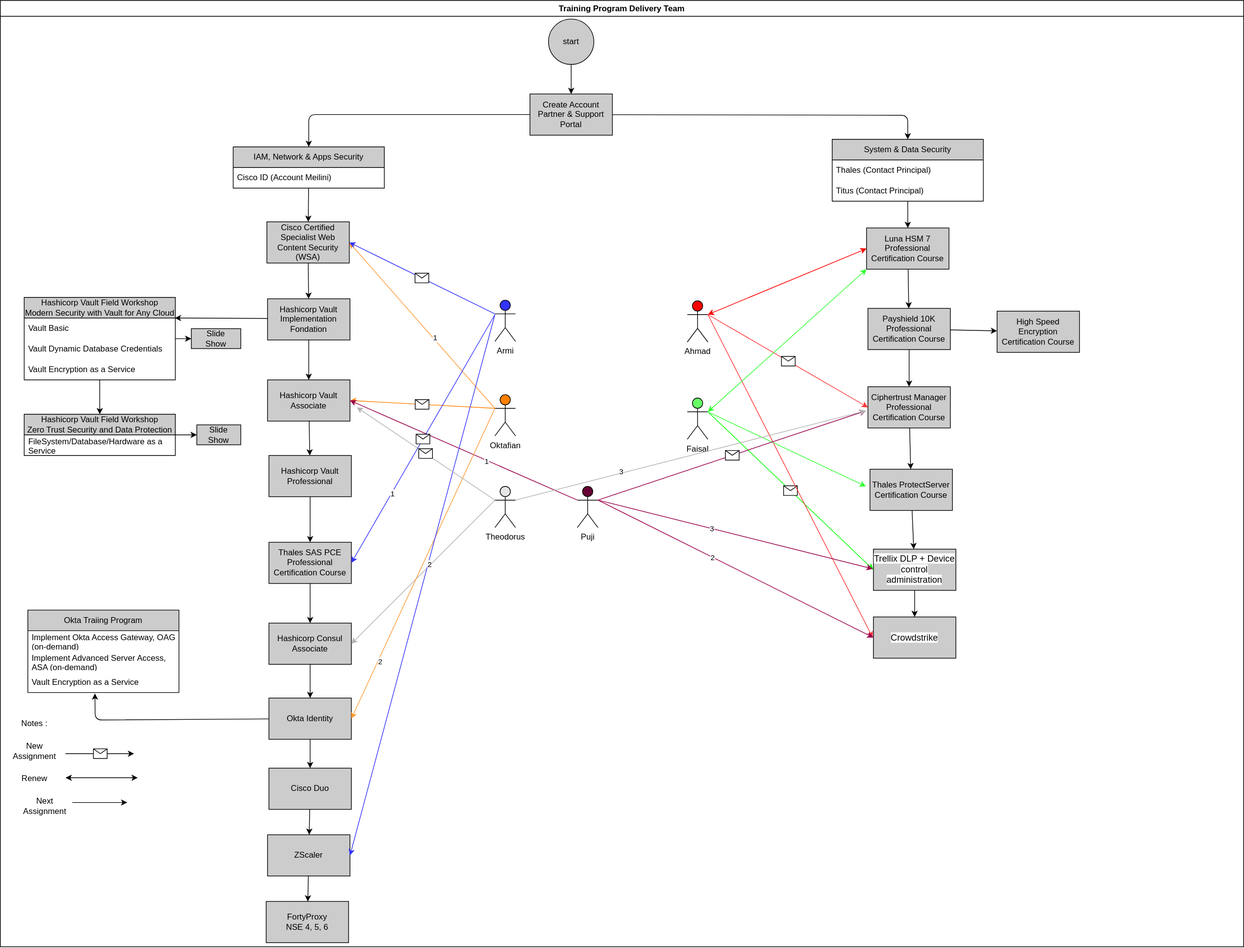
The draw.io diagram Reference/Training_Program_Delivery_Team.drawio.svg in pujiriawan/Publish_Progress_Training, before a commit. Source tidied: cells renumbered, new cells last; positions are measured from the earlier drawing's top-left corner, leaving out a move shared by most shapes.
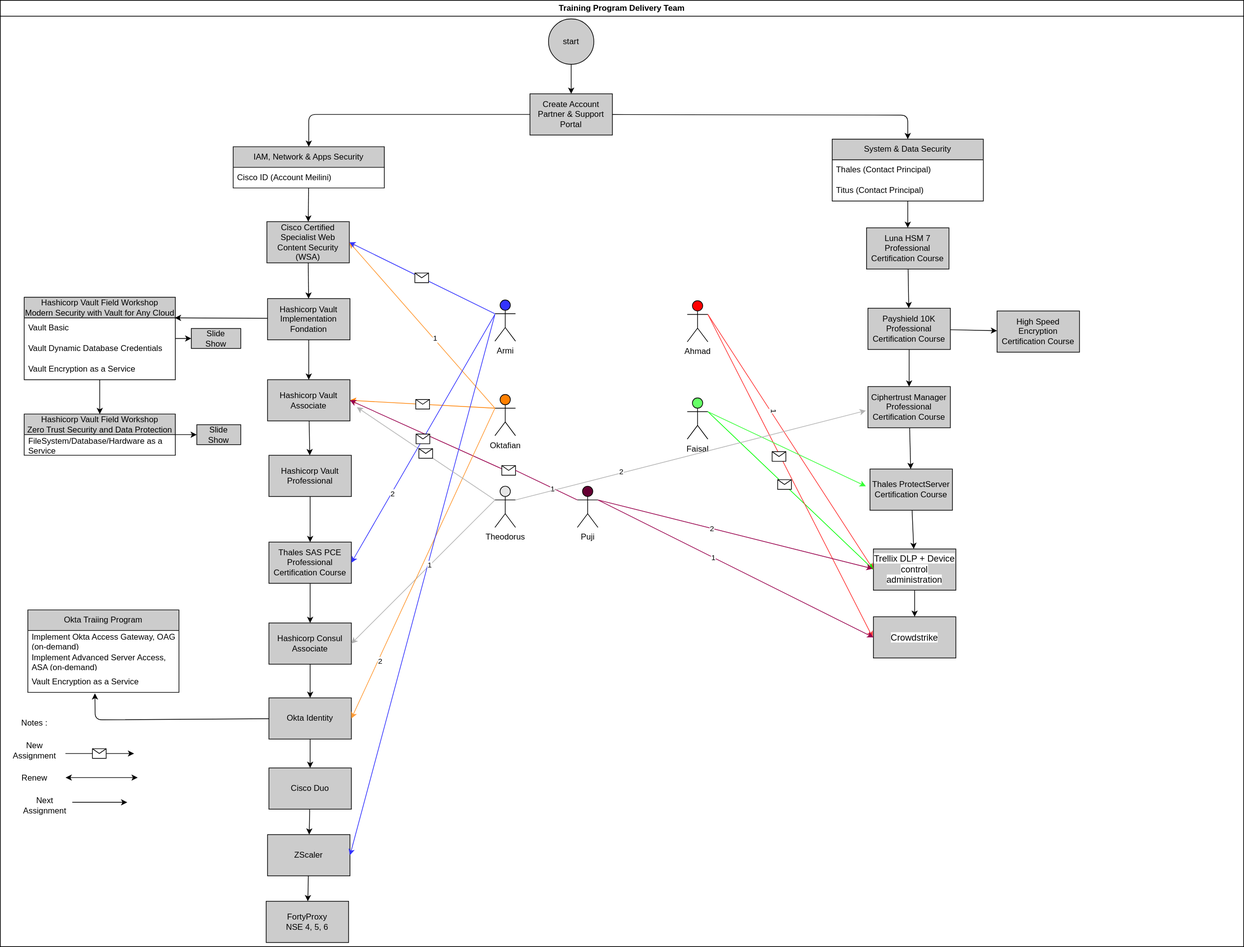
The same diagram one commit later.

Commit message:
new assignment course and training

Diff of the diagram source:
```diff
@@ -197,20 +197,18 @@
     <mxCell id="59" value="Theodorus" style="shape=umlActor;verticalLabelPosition=bottom;verticalAlign=top;html=1;outlineConnect=0;fillColor=#E6E6E6;" parent="2" vertex="1">
       <mxGeometry x="720" y="707" width="30" height="60" as="geometry" />
     </mxCell>
-    <mxCell id="60" style="endArrow=classic;html=1;exitX=1;exitY=0.3333333333333333;exitDx=0;exitDy=0;exitPerimeter=0;entryX=0;entryY=0.5;entryDx=0;entryDy=0;strokeColor=#FF3333;" parent="2" edge="1" source="55" target="21">
+    <mxCell id="60" style="endArrow=classic;html=1;exitX=1;exitY=0.3333333333333333;exitDx=0;exitDy=0;exitPerimeter=0;entryX=0;entryY=0.5;entryDx=0;entryDy=0;strokeColor=#FF3333;" parent="2" edge="1" source="55" target="19">
       <mxGeometry relative="1" as="geometry" />
     </mxCell>
-    <mxCell id="61" style="shape=message;html=1;" parent="60" vertex="1">
-      <mxGeometry width="20" height="14" relative="1" as="geometry">
-        <mxPoint x="-10" y="-7" as="offset" />
-      </mxGeometry>
-    </mxCell>
+    <mxCell id="112" value="1" style="edgeLabel;html=1;align=center;verticalAlign=middle;rotation=90;" parent="60" vertex="1">
+      <mxGeometry x="-0.23" y="5" relative="1" as="geometry" />
+    </mxCell>
     <mxCell id="62" style="endArrow=classic;html=1;exitX=1;exitY=0.3333333333333333;exitDx=0;exitDy=0;exitPerimeter=0;entryX=0;entryY=0.5;entryDx=0;entryDy=0;strokeColor=#00FF00;" parent="2" edge="1" source="56" target="19">
       <mxGeometry relative="1" as="geometry" />
     </mxCell>
     <mxCell id="63" style="shape=message;html=1;" parent="62" vertex="1">
       <mxGeometry width="20" height="14" relative="1" as="geometry">
-        <mxPoint x="-10" y="-7" as="offset" />
+        <mxPoint x="-19" y="-16" as="offset" />
       </mxGeometry>
     </mxCell>
     <mxCell id="64" style="endArrow=classic;html=1;exitX=1;exitY=0.3333333333333333;exitDx=0;exitDy=0;exitPerimeter=0;strokeColor=#FF3333;" parent="2" edge="1" source="55">
@@ -218,12 +216,6 @@
         <mxPoint x="1270" y="927" as="targetPoint" />
       </mxGeometry>
     </mxCell>
-    <mxCell id="65" style="endArrow=classic;startArrow=classic;html=1;exitX=1;exitY=0.3333333333333333;exitDx=0;exitDy=0;exitPerimeter=0;entryX=0;entryY=0.5;entryDx=0;entryDy=0;strokeColor=#FF0000;" parent="2" edge="1" source="55" target="23">
-      <mxGeometry relative="1" as="geometry" />
-    </mxCell>
-    <mxCell id="66" style="endArrow=classic;startArrow=classic;html=1;exitX=1;exitY=0.3333333333333333;exitDx=0;exitDy=0;exitPerimeter=0;entryX=0;entryY=1;entryDx=0;entryDy=0;strokeColor=#33FF33;" parent="2" edge="1" source="56" target="23">
-      <mxGeometry relative="1" as="geometry" />
-    </mxCell>
     <mxCell id="67" style="endArrow=classic;html=1;exitX=0;exitY=0.3333333333333333;exitDx=0;exitDy=0;exitPerimeter=0;entryX=1;entryY=0.5;entryDx=0;entryDy=0;strokeColor=#FF8000;" parent="2" edge="1" source="58" target="35">
       <mxGeometry relative="1" as="geometry" />
     </mxCell>
@@ -277,15 +269,12 @@
     <mxCell id="81" style="endArrow=classic;html=1;exitX=1;exitY=0.3333333333333333;exitDx=0;exitDy=0;exitPerimeter=0;strokeColor=#99004D;entryX=0;entryY=0.5;entryDx=0;entryDy=0;" parent="2" edge="1" source="80" target="77">
       <mxGeometry relative="1" as="geometry" />
     </mxCell>
-    <mxCell id="82" value="2" style="edgeLabel;html=1;align=center;verticalAlign=middle;" parent="81" vertex="1">
+    <mxCell id="82" value="1" style="edgeLabel;html=1;align=center;verticalAlign=middle;" parent="81" vertex="1">
       <mxGeometry x="-0.17" relative="1" as="geometry" />
     </mxCell>
-    <mxCell id="83" style="endArrow=classic;html=1;exitX=0;exitY=0.3333333333333333;exitDx=0;exitDy=0;exitPerimeter=0;strokeColor=#99004D;entryX=1;entryY=0.5;entryDx=0;entryDy=0;" parent="2" edge="1" source="80" target="35">
+    <mxCell id="83" style="endArrow=classic;html=1;exitX=0;exitY=0.3333333333333333;exitDx=0;exitDy=0;exitPerimeter=0;strokeColor=#99004D;entryX=1;entryY=0.5;entryDx=0;entryDy=0;startArrow=none;" parent="2" edge="1" source="113" target="35">
       <mxGeometry relative="1" as="geometry" />
     </mxCell>
-    <mxCell id="84" value="1" style="edgeLabel;html=1;align=center;verticalAlign=middle;" parent="83" vertex="1">
-      <mxGeometry x="-0.2" y="1" relative="1" as="geometry" />
-    </mxCell>
     <mxCell id="85" value="FortyProxy&lt;br&gt;NSE 4, 5, 6" style="whiteSpace=wrap;html=1;fillColor=#CCCCCC;" parent="2" vertex="1">
       <mxGeometry x="387" y="1311" width="120" height="60" as="geometry" />
     </mxCell>
@@ -313,6 +302,15 @@
     <mxCell id="93" value="Vault Encryption as a Service&amp;nbsp;" style="text;strokeColor=none;fillColor=none;align=left;verticalAlign=middle;spacingLeft=4;spacingRight=4;overflow=hidden;points=[[0,0.5],[1,0.5]];portConstraint=eastwest;whiteSpace=wrap;html=1;" parent="90" vertex="1">
       <mxGeometry y="90" width="220" height="30" as="geometry" />
     </mxCell>
+    <mxCell id="113" style="shape=message;html=1;outlineConnect=0;" parent="2" vertex="1">
+      <mxGeometry x="730" y="677" width="20" height="14" as="geometry" />
+    </mxCell>
+    <mxCell id="114" style="endArrow=none;html=1;exitX=0;exitY=0.3333333333333333;exitDx=0;exitDy=0;exitPerimeter=0;strokeColor=#99004D;entryX=1;entryY=0.5;entryDx=0;entryDy=0;" parent="2" edge="1" source="80" target="113">
+      <mxGeometry relative="1" as="geometry" />
+    </mxCell>
+    <mxCell id="84" value="1" style="edgeLabel;html=1;align=center;verticalAlign=middle;" parent="114" vertex="1">
+      <mxGeometry x="-0.2" y="1" relative="1" as="geometry" />
+    </mxCell>
     <mxCell id="94" value="Slide &lt;br&gt;Show" style="whiteSpace=wrap;html=1;fillColor=#CCCCCC;" parent="1" vertex="1">
       <mxGeometry x="278" y="477.5" width="72" height="29" as="geometry" />
     </mxCell>
@@ -335,7 +333,7 @@
         <mxPoint x="720" y="457" as="sourcePoint" />
       </mxGeometry>
     </mxCell>
-    <mxCell id="100" value="2" style="edgeLabel;html=1;align=center;verticalAlign=middle;" parent="99" vertex="1">
+    <mxCell id="100" value="1" style="edgeLabel;html=1;align=center;verticalAlign=middle;" parent="99" vertex="1">
       <mxGeometry x="-0.08" y="3" relative="1" as="geometry">
         <mxPoint x="-1" as="offset" />
       </mxGeometry>
@@ -350,23 +348,13 @@
         <mxPoint x="-10" y="-7" as="offset" />
       </mxGeometry>
     </mxCell>
-    <mxCell id="103" style="endArrow=classic;html=1;exitX=1;exitY=0.3333333333333333;exitDx=0;exitDy=0;exitPerimeter=0;strokeColor=#99004D;fillColor=#99004D;" parent="1" edge="1" source="80">
-      <mxGeometry relative="1" as="geometry">
-        <mxPoint x="1260" y="597" as="targetPoint" />
-      </mxGeometry>
-    </mxCell>
-    <mxCell id="104" style="shape=message;html=1;" parent="103" vertex="1">
-      <mxGeometry width="20" height="14" relative="1" as="geometry">
-        <mxPoint x="-10" y="-7" as="offset" />
-      </mxGeometry>
-    </mxCell>
     <mxCell id="105" style="endArrow=classic;html=1;strokeColor=#99004D;" parent="1" edge="1">
       <mxGeometry relative="1" as="geometry">
         <mxPoint x="870" y="727" as="sourcePoint" />
         <mxPoint x="1270" y="827" as="targetPoint" />
       </mxGeometry>
     </mxCell>
-    <mxCell id="106" value="3" style="edgeLabel;html=1;align=center;verticalAlign=middle;" parent="105" vertex="1">
+    <mxCell id="106" value="2" style="edgeLabel;html=1;align=center;verticalAlign=middle;" parent="105" vertex="1">
       <mxGeometry x="-0.17" relative="1" as="geometry" />
     </mxCell>
     <mxCell id="107" style="endArrow=classic;html=1;entryX=1;entryY=0.5;entryDx=0;entryDy=0;strokeColor=#3333FF;" parent="1" edge="1" target="33">
@@ -379,7 +367,7 @@
         <mxPoint x="-10" y="-7" as="offset" />
       </mxGeometry>
     </mxCell>
-    <mxCell id="109" value="1" style="edgeLabel;html=1;align=center;verticalAlign=middle;" parent="107" vertex="1">
+    <mxCell id="109" value="2" style="edgeLabel;html=1;align=center;verticalAlign=middle;" parent="107" vertex="1">
       <mxGeometry x="0.44" y="1" relative="1" as="geometry" />
     </mxCell>
     <mxCell id="110" style="endArrow=classic;html=1;exitX=1;exitY=0.3333333333333333;exitDx=0;exitDy=0;exitPerimeter=0;strokeColor=#B3B3B3;" parent="1" edge="1" source="59">
@@ -387,8 +375,11 @@
         <mxPoint x="1260" y="597" as="targetPoint" />
       </mxGeometry>
     </mxCell>
-    <mxCell id="111" value="3" style="edgeLabel;html=1;align=center;verticalAlign=middle;" parent="110" vertex="1">
+    <mxCell id="111" value="2" style="edgeLabel;html=1;align=center;verticalAlign=middle;" parent="110" vertex="1">
       <mxGeometry x="-0.4" y="3" relative="1" as="geometry" />
     </mxCell>
+    <mxCell id="115" style="shape=message;html=1;" parent="1" vertex="1">
+      <mxGeometry x="1123.6" y="656.8" width="20" height="14" as="geometry" />
+    </mxCell>
   </root>
 </mxGraphModel>
```
